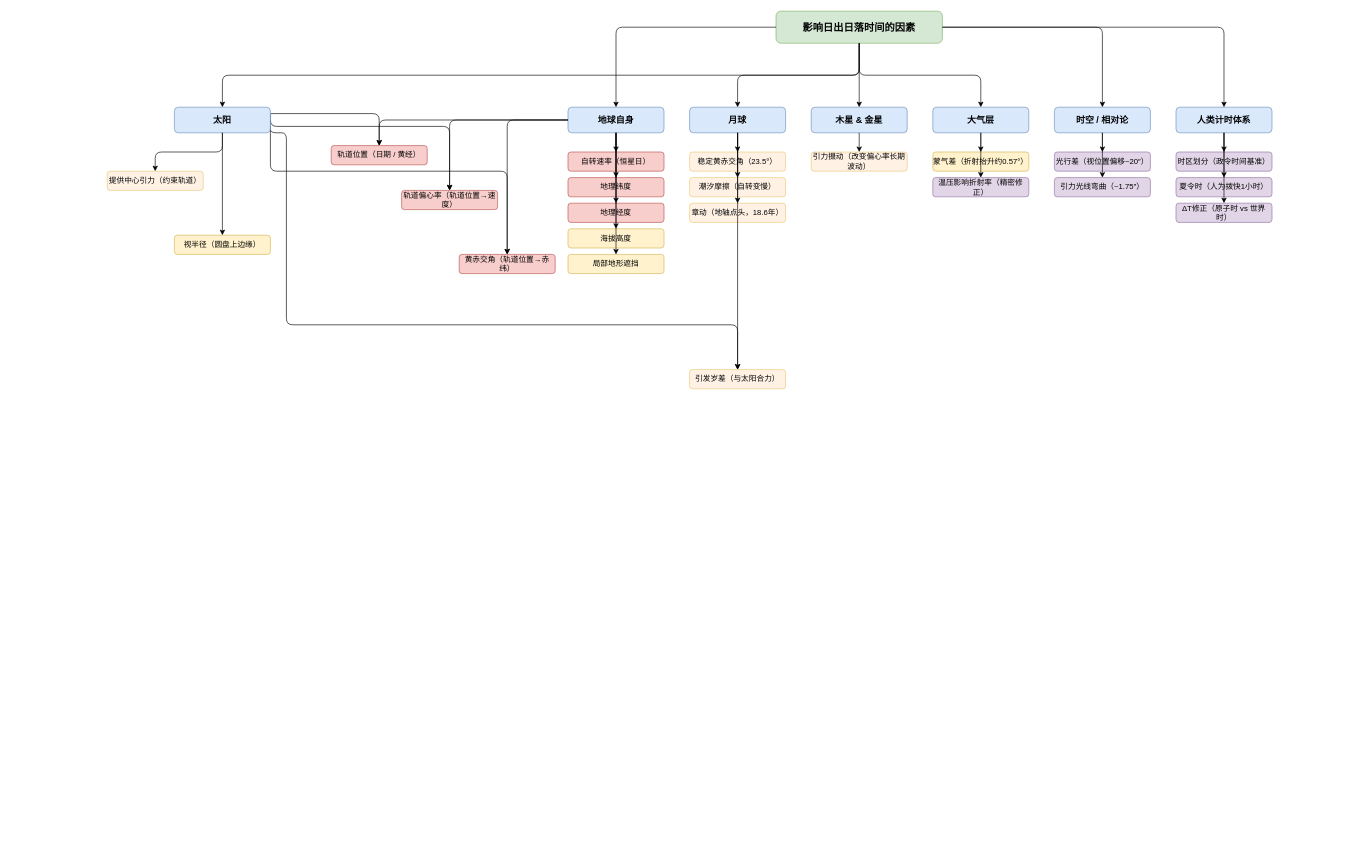
The draw.io diagram 第一棵树.drawio in JiangYan0409/MyGit, before the edit. Source tidied: cells renumbered, new cells numbered last; positions are measured from the earlier drawing's top-left corner, leaving out a move shared by most shapes. Both pictures are drawn from the tidied source at 64%, with x=0, y=0 at pixel (107, 11).
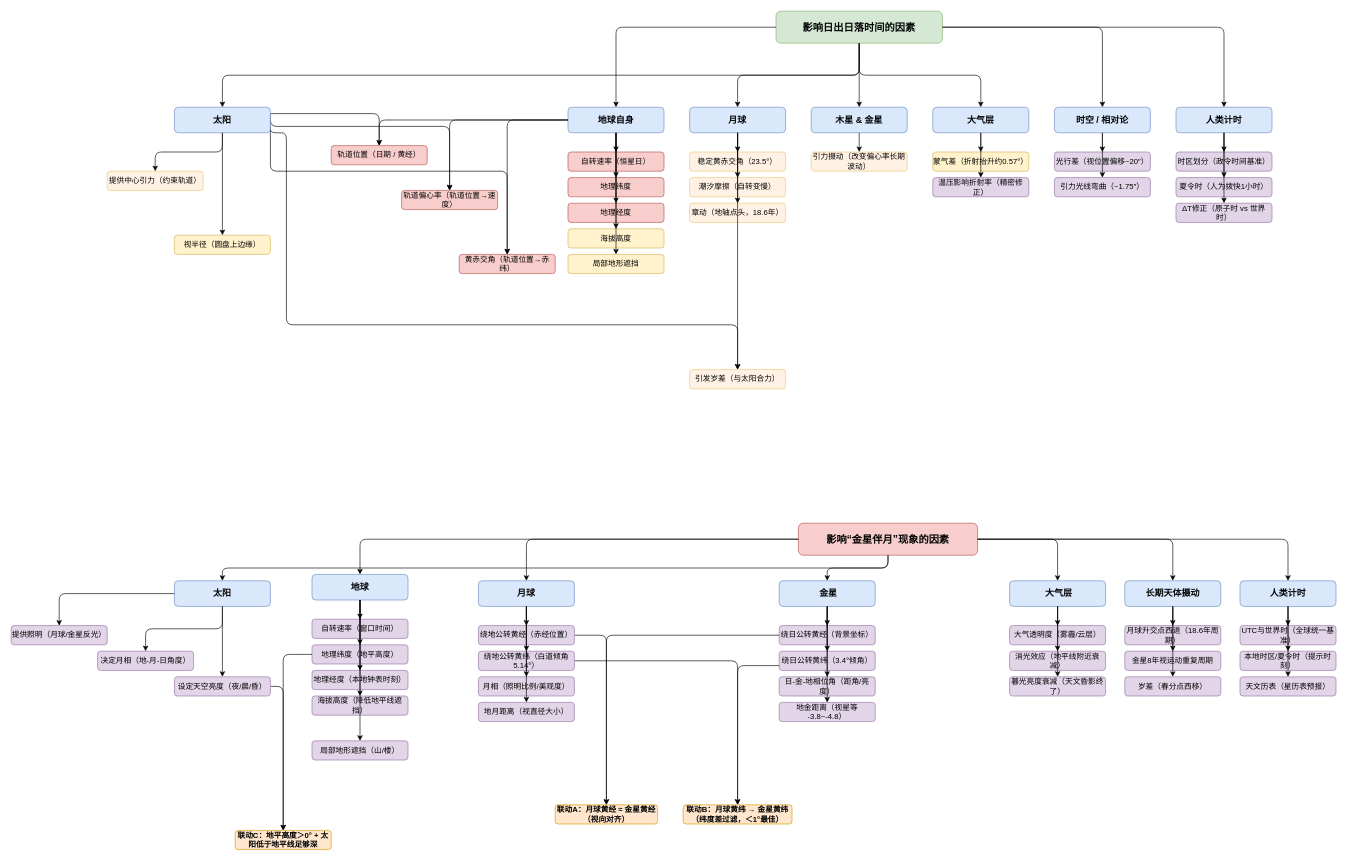
The same page after the edit.

Commit message (it also covers changes not shown here):
更新第一棵树.drawio

Diff of the diagram source:
```diff
@@
-    <mxCell id="13" value="人类计时体系" style="rounded=1;whiteSpace=wrap;html=1;fillColor=#dae8fc;strokeColor=#6c8ebf;fontSize=14;fontStyle=1;" parent="1" vertex="1">
+    <mxCell id="13" value="人类计时" style="rounded=1;whiteSpace=wrap;html=1;fillColor=#dae8fc;strokeColor=#6c8ebf;fontSize=14;fontStyle=1;" parent="1" vertex="1">
       <mxGeometry x="1670" y="150" width="150" height="40" as="geometry" />
     </mxCell>
@@
+    <mxCell id="65" value="影响“金星伴月”现象的因素" style="rounded=1;whiteSpace=wrap;html=1;fillColor=#f8cecc;strokeColor=#b85450;fontSize=16;fontStyle=1;" parent="1" vertex="1">
+      <mxGeometry x="1080" y="800" width="280" height="50" as="geometry" />
+    </mxCell>
+    <mxCell id="66" value="太阳" style="rounded=1;whiteSpace=wrap;html=1;fillColor=#dae8fc;strokeColor=#6c8ebf;fontSize=14;fontStyle=1;" parent="1" vertex="1">
+      <mxGeometry x="105" y="890" width="150" height="40" as="geometry" />
+    </mxCell>
+    <mxCell id="67" value="地球" style="rounded=1;whiteSpace=wrap;html=1;fillColor=#dae8fc;strokeColor=#6c8ebf;fontSize=14;fontStyle=1;" parent="1" vertex="1">
+      <mxGeometry x="320" y="880" width="150" height="40" as="geometry" />
+    </mxCell>
+    <mxCell id="68" value="月球" style="rounded=1;whiteSpace=wrap;html=1;fillColor=#dae8fc;strokeColor=#6c8ebf;fontSize=14;fontStyle=1;" parent="1" vertex="1">
+      <mxGeometry x="580" y="890" width="150" height="40" as="geometry" />
+    </mxCell>
+    <mxCell id="69" value="&amp;nbsp;金星" style="rounded=1;whiteSpace=wrap;html=1;fillColor=#dae8fc;strokeColor=#6c8ebf;fontSize=14;fontStyle=1;" parent="1" vertex="1">
+      <mxGeometry x="1050" y="890" width="150" height="40" as="geometry" />
+    </mxCell>
+    <mxCell id="70" value="&amp;nbsp;大气层" style="rounded=1;whiteSpace=wrap;html=1;fillColor=#dae8fc;strokeColor=#6c8ebf;fontSize=14;fontStyle=1;" parent="1" vertex="1">
+      <mxGeometry x="1410" y="890" width="150" height="40" as="geometry" />
+    </mxCell>
+    <mxCell id="71" value="长期天体摄动" style="rounded=1;whiteSpace=wrap;html=1;fillColor=#dae8fc;strokeColor=#6c8ebf;fontSize=14;fontStyle=1;" parent="1" vertex="1">
+      <mxGeometry x="1590" y="890" width="150" height="40" as="geometry" />
+    </mxCell>
+    <mxCell id="72" value="人类计时" style="rounded=1;whiteSpace=wrap;html=1;fillColor=#dae8fc;strokeColor=#6c8ebf;fontSize=14;fontStyle=1;" parent="1" vertex="1">
+      <mxGeometry x="1770" y="890" width="150" height="40" as="geometry" />
+    </mxCell>
+    <mxCell id="73" style="edgeStyle=orthogonalEdgeStyle;rounded=1;html=1;exitX=0.5;exitY=1;entryX=0.5;entryY=0;" parent="1" edge="1" source="65" target="66">
+      <mxGeometry relative="1" as="geometry" />
+    </mxCell>
+    <mxCell id="74" style="edgeStyle=orthogonalEdgeStyle;rounded=1;html=1;" parent="1" edge="1" source="65" target="67">
+      <mxGeometry relative="1" as="geometry" />
+    </mxCell>
+    <mxCell id="75" style="edgeStyle=orthogonalEdgeStyle;rounded=1;html=1;" parent="1" edge="1" source="65" target="68">
+      <mxGeometry relative="1" as="geometry" />
+    </mxCell>
+    <mxCell id="76" style="edgeStyle=orthogonalEdgeStyle;rounded=1;html=1;" parent="1" edge="1" source="65" target="69">
+      <mxGeometry relative="1" as="geometry" />
+    </mxCell>
+    <mxCell id="77" style="edgeStyle=orthogonalEdgeStyle;rounded=1;html=1;" parent="1" edge="1" source="65" target="70">
+      <mxGeometry relative="1" as="geometry" />
+    </mxCell>
+    <mxCell id="78" style="edgeStyle=orthogonalEdgeStyle;rounded=1;html=1;" parent="1" edge="1" source="65" target="71">
+      <mxGeometry relative="1" as="geometry" />
+    </mxCell>
+    <mxCell id="79" style="edgeStyle=orthogonalEdgeStyle;rounded=1;html=1;" parent="1" edge="1" source="65" target="72">
+      <mxGeometry relative="1" as="geometry" />
+    </mxCell>
+    <mxCell id="80" value="提供照明（月球/金星反光）" style="rounded=1;whiteSpace=wrap;html=1;fillColor=#e1d5e7;strokeColor=#9673a6;" parent="1" vertex="1">
+      <mxGeometry x="-150" y="960" width="150" height="30" as="geometry" />
+    </mxCell>
+    <mxCell id="81" value="决定月相（地-月-日角度）" style="rounded=1;whiteSpace=wrap;html=1;fillColor=#e1d5e7;strokeColor=#9673a6;" parent="1" vertex="1">
+      <mxGeometry x="-15" y="1000" width="150" height="30" as="geometry" />
+    </mxCell>
+    <mxCell id="82" style="edgeStyle=orthogonalEdgeStyle;rounded=1;jettySize=auto;html=1;exitX=1;exitY=0.5;exitDx=0;exitDy=0;entryX=0.5;entryY=0;entryDx=0;entryDy=0;curved=0;" parent="1" edge="1" source="83" target="117">
+      <mxGeometry relative="1" as="geometry" />
+    </mxCell>
+    <mxCell id="83" value="设定天空亮度（夜/晨/昏）" style="rounded=1;whiteSpace=wrap;html=1;fillColor=#e1d5e7;strokeColor=#9673a6;" parent="1" vertex="1">
+      <mxGeometry x="105" y="1040" width="150" height="30" as="geometry" />
+    </mxCell>
+    <mxCell id="84" style="edgeStyle=orthogonalEdgeStyle;rounded=1;html=1;" parent="1" edge="1" source="66" target="80">
+      <mxGeometry relative="1" as="geometry" />
+    </mxCell>
+    <mxCell id="85" style="edgeStyle=orthogonalEdgeStyle;rounded=1;html=1;" parent="1" edge="1" source="66" target="81">
+      <mxGeometry relative="1" as="geometry" />
+    </mxCell>
+    <mxCell id="86" style="edgeStyle=orthogonalEdgeStyle;rounded=1;html=1;" parent="1" edge="1" source="66" target="83">
+      <mxGeometry relative="1" as="geometry" />
+    </mxCell>
+    <mxCell id="87" value="自转速率（窗口时间）" style="rounded=1;whiteSpace=wrap;html=1;fillColor=#e1d5e7;strokeColor=#9673a6;" parent="1" vertex="1">
+      <mxGeometry x="320" y="950" width="150" height="30" as="geometry" />
+    </mxCell>
+    <mxCell id="88" value="地理纬度（地平高度）" style="rounded=1;whiteSpace=wrap;html=1;fillColor=#e1d5e7;strokeColor=#9673a6;" parent="1" vertex="1">
+      <mxGeometry x="320" y="990" width="150" height="30" as="geometry" />
+    </mxCell>
+    <mxCell id="89" value="地理经度（本地钟表时刻）" style="rounded=1;whiteSpace=wrap;html=1;fillColor=#e1d5e7;strokeColor=#9673a6;" parent="1" vertex="1">
+      <mxGeometry x="320" y="1030" width="150" height="30" as="geometry" />
+    </mxCell>
+    <mxCell id="90" value="海拔高度（降低地平线遮挡）" style="rounded=1;whiteSpace=wrap;html=1;fillColor=#e1d5e7;strokeColor=#9673a6;" parent="1" vertex="1">
+      <mxGeometry x="320" y="1070" width="150" height="30" as="geometry" />
+    </mxCell>
+    <mxCell id="91" value="局部地形遮挡（山/楼）" style="rounded=1;whiteSpace=wrap;html=1;fillColor=#e1d5e7;strokeColor=#9673a6;" parent="1" vertex="1">
+      <mxGeometry x="320" y="1140" width="150" height="30" as="geometry" />
+    </mxCell>
+    <mxCell id="92" style="edgeStyle=orthogonalEdgeStyle;rounded=1;html=1;" parent="1" edge="1" source="67" target="87">
+      <mxGeometry relative="1" as="geometry" />
+    </mxCell>
+    <mxCell id="93" style="edgeStyle=orthogonalEdgeStyle;rounded=1;html=1;" parent="1" edge="1" source="67" target="88">
+      <mxGeometry relative="1" as="geometry" />
+    </mxCell>
+    <mxCell id="94" style="edgeStyle=orthogonalEdgeStyle;rounded=1;html=1;" parent="1" edge="1" source="67" target="89">
+      <mxGeometry relative="1" as="geometry" />
+    </mxCell>
+    <mxCell id="95" style="edgeStyle=orthogonalEdgeStyle;rounded=1;html=1;" parent="1" edge="1" source="67" target="90">
+      <mxGeometry relative="1" as="geometry" />
+    </mxCell>
+    <mxCell id="96" style="edgeStyle=orthogonalEdgeStyle;rounded=1;html=1;" parent="1" edge="1" source="67" target="91">
+      <mxGeometry relative="1" as="geometry" />
+    </mxCell>
+    <mxCell id="97" style="edgeStyle=orthogonalEdgeStyle;rounded=1;jettySize=auto;html=1;exitX=1;exitY=0.5;exitDx=0;exitDy=0;entryX=0.5;entryY=0;entryDx=0;entryDy=0;curved=0;" parent="1" edge="1" source="98" target="115">
+      <mxGeometry relative="1" as="geometry" />
+    </mxCell>
+    <mxCell id="98" value="绕地公转黄经（赤经位置）" style="rounded=1;whiteSpace=wrap;html=1;fillColor=#e1d5e7;strokeColor=#9673a6;" parent="1" vertex="1">
+      <mxGeometry x="580" y="960" width="150" height="30" as="geometry" />
+    </mxCell>
+    <mxCell id="99" style="edgeStyle=orthogonalEdgeStyle;rounded=1;jettySize=auto;html=1;exitX=1;exitY=0.5;exitDx=0;exitDy=0;entryX=0.5;entryY=0;entryDx=0;entryDy=0;curved=0;" parent="1" edge="1" source="100" target="116">
+      <mxGeometry relative="1" as="geometry" />
+    </mxCell>
+    <mxCell id="100" value="绕地公转黄纬（白道倾角5.14°）" style="rounded=1;whiteSpace=wrap;html=1;fillColor=#e1d5e7;strokeColor=#9673a6;" parent="1" vertex="1">
+      <mxGeometry x="580" y="1000" width="150" height="30" as="geometry" />
+    </mxCell>
+    <mxCell id="101" value="月相（照明比例/美观度）" style="rounded=1;whiteSpace=wrap;html=1;fillColor=#e1d5e7;strokeColor=#9673a6;" parent="1" vertex="1">
+      <mxGeometry x="580" y="1040" width="150" height="30" as="geometry" />
+    </mxCell>
+    <mxCell id="102" value="地月距离（视直径大小）" style="rounded=1;whiteSpace=wrap;html=1;fillColor=#e1d5e7;strokeColor=#9673a6;" parent="1" vertex="1">
+      <mxGeometry x="580" y="1080" width="150" height="30" as="geometry" />
+    </mxCell>
+    <mxCell id="103" style="edgeStyle=orthogonalEdgeStyle;rounded=1;html=1;" parent="1" edge="1" source="68" target="98">
+      <mxGeometry relative="1" as="geometry" />
+    </mxCell>
+    <mxCell id="104" style="edgeStyle=orthogonalEdgeStyle;rounded=1;html=1;" parent="1" edge="1" source="68" target="100">
+      <mxGeometry relative="1" as="geometry" />
+    </mxCell>
+    <mxCell id="105" style="edgeStyle=orthogonalEdgeStyle;rounded=1;html=1;" parent="1" edge="1" source="68" target="101">
+      <mxGeometry relative="1" as="geometry" />
+    </mxCell>
+    <mxCell id="106" style="edgeStyle=orthogonalEdgeStyle;rounded=1;html=1;" parent="1" edge="1" source="68" target="102">
+      <mxGeometry relative="1" as="geometry" />
+    </mxCell>
+    <mxCell id="107" value="绕日公转黄经（背景坐标）" style="rounded=1;whiteSpace=wrap;html=1;fillColor=#e1d5e7;strokeColor=#9673a6;" parent="1" vertex="1">
+      <mxGeometry x="1050" y="960" width="150" height="30" as="geometry" />
+    </mxCell>
+    <mxCell id="108" value="绕日公转黄纬（3.4°倾角）" style="rounded=1;whiteSpace=wrap;html=1;fillColor=#e1d5e7;strokeColor=#9673a6;" parent="1" vertex="1">
+      <mxGeometry x="1050" y="1000" width="150" height="30" as="geometry" />
+    </mxCell>
+    <mxCell id="109" value="日-金-地相位角（距角/亮度）" style="rounded=1;whiteSpace=wrap;html=1;fillColor=#e1d5e7;strokeColor=#9673a6;" parent="1" vertex="1">
+      <mxGeometry x="1050" y="1040" width="150" height="30" as="geometry" />
+    </mxCell>
+    <mxCell id="110" value="地金距离（视星等 -3.8~-4.8）" style="rounded=1;whiteSpace=wrap;html=1;fillColor=#e1d5e7;strokeColor=#9673a6;" parent="1" vertex="1">
+      <mxGeometry x="1050" y="1080" width="150" height="30" as="geometry" />
+    </mxCell>
+    <mxCell id="111" style="edgeStyle=orthogonalEdgeStyle;rounded=1;html=1;" parent="1" edge="1" source="69" target="107">
+      <mxGeometry relative="1" as="geometry" />
+    </mxCell>
+    <mxCell id="112" style="edgeStyle=orthogonalEdgeStyle;rounded=1;html=1;" parent="1" edge="1" source="69" target="108">
+      <mxGeometry relative="1" as="geometry" />
+    </mxCell>
+    <mxCell id="113" style="edgeStyle=orthogonalEdgeStyle;rounded=1;html=1;" parent="1" edge="1" source="69" target="109">
+      <mxGeometry relative="1" as="geometry" />
+    </mxCell>
+    <mxCell id="114" style="edgeStyle=orthogonalEdgeStyle;rounded=1;html=1;" parent="1" edge="1" source="69" target="110">
+      <mxGeometry relative="1" as="geometry" />
+    </mxCell>
+    <mxCell id="115" value="联动A：月球黄经 ≈ 金星黄经（视向对齐）" style="rounded=1;whiteSpace=wrap;html=1;fillColor=#ffe6cc;strokeColor=#d79b00;fontStyle=1;" parent="1" vertex="1">
+      <mxGeometry x="700" y="1240" width="160" height="30" as="geometry" />
+    </mxCell>
+    <mxCell id="116" value="联动B：月球黄纬 → 金星黄纬（纬度差过滤，＜1°最佳）" style="rounded=1;whiteSpace=wrap;html=1;fillColor=#ffe6cc;strokeColor=#d79b00;fontStyle=1;" parent="1" vertex="1">
+      <mxGeometry x="900" y="1240" width="170" height="30" as="geometry" />
+    </mxCell>
+    <mxCell id="117" value="联动C：地平高度＞0° + 太阳低于地平线足够深" style="rounded=1;whiteSpace=wrap;html=1;fillColor=#ffe6cc;strokeColor=#d79b00;fontStyle=1;" parent="1" vertex="1">
+      <mxGeometry x="200" y="1280" width="150" height="30" as="geometry" />
+    </mxCell>
+    <mxCell id="118" style="edgeStyle=orthogonalEdgeStyle;rounded=1;html=1;exitX=0;exitY=0.5;exitDx=0;exitDy=0;" parent="1" edge="1" source="107" target="115">
+      <mxGeometry relative="1" as="geometry" />
+    </mxCell>
+    <mxCell id="119" style="edgeStyle=orthogonalEdgeStyle;rounded=1;html=1;exitX=0;exitY=0.75;exitDx=0;exitDy=0;" parent="1" edge="1" source="108" target="116">
+      <mxGeometry relative="1" as="geometry" />
+    </mxCell>
+    <mxCell id="120" style="edgeStyle=orthogonalEdgeStyle;rounded=1;html=1;exitX=0;exitY=0.5;exitDx=0;exitDy=0;" parent="1" edge="1" source="88" target="117">
+      <mxGeometry relative="1" as="geometry" />
+    </mxCell>
+    <mxCell id="121" value="大气透明度（雾霾/云层）" style="rounded=1;whiteSpace=wrap;html=1;fillColor=#e1d5e7;strokeColor=#9673a6;" parent="1" vertex="1">
+      <mxGeometry x="1410" y="960" width="150" height="30" as="geometry" />
+    </mxCell>
+    <mxCell id="122" value="消光效应（地平线附近衰减）" style="rounded=1;whiteSpace=wrap;html=1;fillColor=#e1d5e7;strokeColor=#9673a6;" parent="1" vertex="1">
+      <mxGeometry x="1410" y="1000" width="150" height="30" as="geometry" />
+    </mxCell>
+    <mxCell id="123" value="暮光亮度衰减（天文昏影终了）" style="rounded=1;whiteSpace=wrap;html=1;fillColor=#e1d5e7;strokeColor=#9673a6;" parent="1" vertex="1">
+      <mxGeometry x="1410" y="1040" width="150" height="30" as="geometry" />
+    </mxCell>
+    <mxCell id="124" style="edgeStyle=orthogonalEdgeStyle;rounded=1;html=1;" parent="1" edge="1" source="70" target="121">
+      <mxGeometry relative="1" as="geometry" />
+    </mxCell>
+    <mxCell id="125" style="edgeStyle=orthogonalEdgeStyle;rounded=1;html=1;" parent="1" edge="1" source="70" target="122">
+      <mxGeometry relative="1" as="geometry" />
+    </mxCell>
+    <mxCell id="126" style="edgeStyle=orthogonalEdgeStyle;rounded=1;html=1;" parent="1" edge="1" source="70" target="123">
+      <mxGeometry relative="1" as="geometry" />
+    </mxCell>
+    <mxCell id="127" value="月球升交点西退（18.6年周期）" style="rounded=1;whiteSpace=wrap;html=1;fillColor=#e1d5e7;strokeColor=#9673a6;" parent="1" vertex="1">
+      <mxGeometry x="1590" y="960" width="150" height="30" as="geometry" />
+    </mxCell>
+    <mxCell id="128" value="金星8年视运动重复周期" style="rounded=1;whiteSpace=wrap;html=1;fillColor=#e1d5e7;strokeColor=#9673a6;" parent="1" vertex="1">
+      <mxGeometry x="1590" y="1000" width="150" height="30" as="geometry" />
+    </mxCell>
+    <mxCell id="129" value="岁差（春分点西移）" style="rounded=1;whiteSpace=wrap;html=1;fillColor=#e1d5e7;strokeColor=#9673a6;" parent="1" vertex="1">
+      <mxGeometry x="1590" y="1040" width="150" height="30" as="geometry" />
+    </mxCell>
+    <mxCell id="130" style="edgeStyle=orthogonalEdgeStyle;rounded=1;html=1;" parent="1" edge="1" source="71" target="127">
+      <mxGeometry relative="1" as="geometry" />
+    </mxCell>
+    <mxCell id="131" style="edgeStyle=orthogonalEdgeStyle;rounded=1;html=1;" parent="1" edge="1" source="71" target="128">
+      <mxGeometry relative="1" as="geometry" />
+    </mxCell>
+    <mxCell id="132" style="edgeStyle=orthogonalEdgeStyle;rounded=1;html=1;" parent="1" edge="1" source="71" target="129">
+      <mxGeometry relative="1" as="geometry" />
+    </mxCell>
+    <mxCell id="133" value="UTC与世界时（全球统一基准）" style="rounded=1;whiteSpace=wrap;html=1;fillColor=#e1d5e7;strokeColor=#9673a6;" parent="1" vertex="1">
+      <mxGeometry x="1770" y="960" width="150" height="30" as="geometry" />
+    </mxCell>
+    <mxCell id="134" value="本地时区/夏令时（提示时刻）" style="rounded=1;whiteSpace=wrap;html=1;fillColor=#e1d5e7;strokeColor=#9673a6;" parent="1" vertex="1">
+      <mxGeometry x="1770" y="1000" width="150" height="30" as="geometry" />
+    </mxCell>
+    <mxCell id="135" value="天文历表（星历表预报）" style="rounded=1;whiteSpace=wrap;html=1;fillColor=#e1d5e7;strokeColor=#9673a6;" parent="1" vertex="1">
+      <mxGeometry x="1770" y="1040" width="150" height="30" as="geometry" />
+    </mxCell>
+    <mxCell id="136" style="edgeStyle=orthogonalEdgeStyle;rounded=1;html=1;" parent="1" edge="1" source="72" target="133">
+      <mxGeometry relative="1" as="geometry" />
+    </mxCell>
+    <mxCell id="137" style="edgeStyle=orthogonalEdgeStyle;rounded=1;html=1;" parent="1" edge="1" source="72" target="134">
+      <mxGeometry relative="1" as="geometry" />
+    </mxCell>
+    <mxCell id="138" style="edgeStyle=orthogonalEdgeStyle;rounded=1;html=1;" parent="1" edge="1" source="72" target="135">
+      <mxGeometry relative="1" as="geometry" />
+    </mxCell>
```
